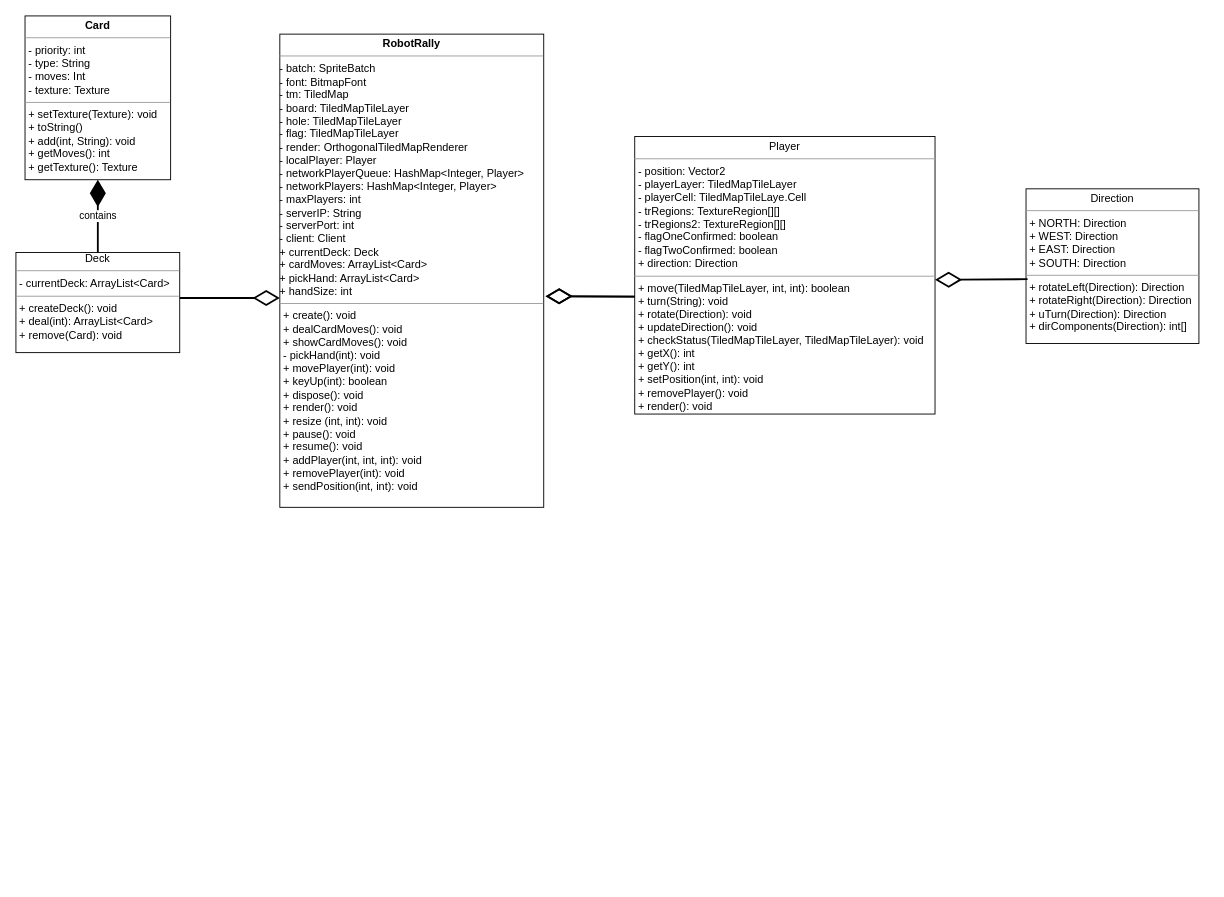
Above: Deliverables/klassediagramOblig2.drawio in inf112-v21/The-Downward-Spiral (draw.io), before the change. Source tidied: cells renumbered, new cells numbered last; positions are measured from the earlier drawing's top-left corner, leaving out a move shared by most shapes. Both pictures are drawn from the tidied source at 91%, with x=0, y=0 at pixel (15, 15).
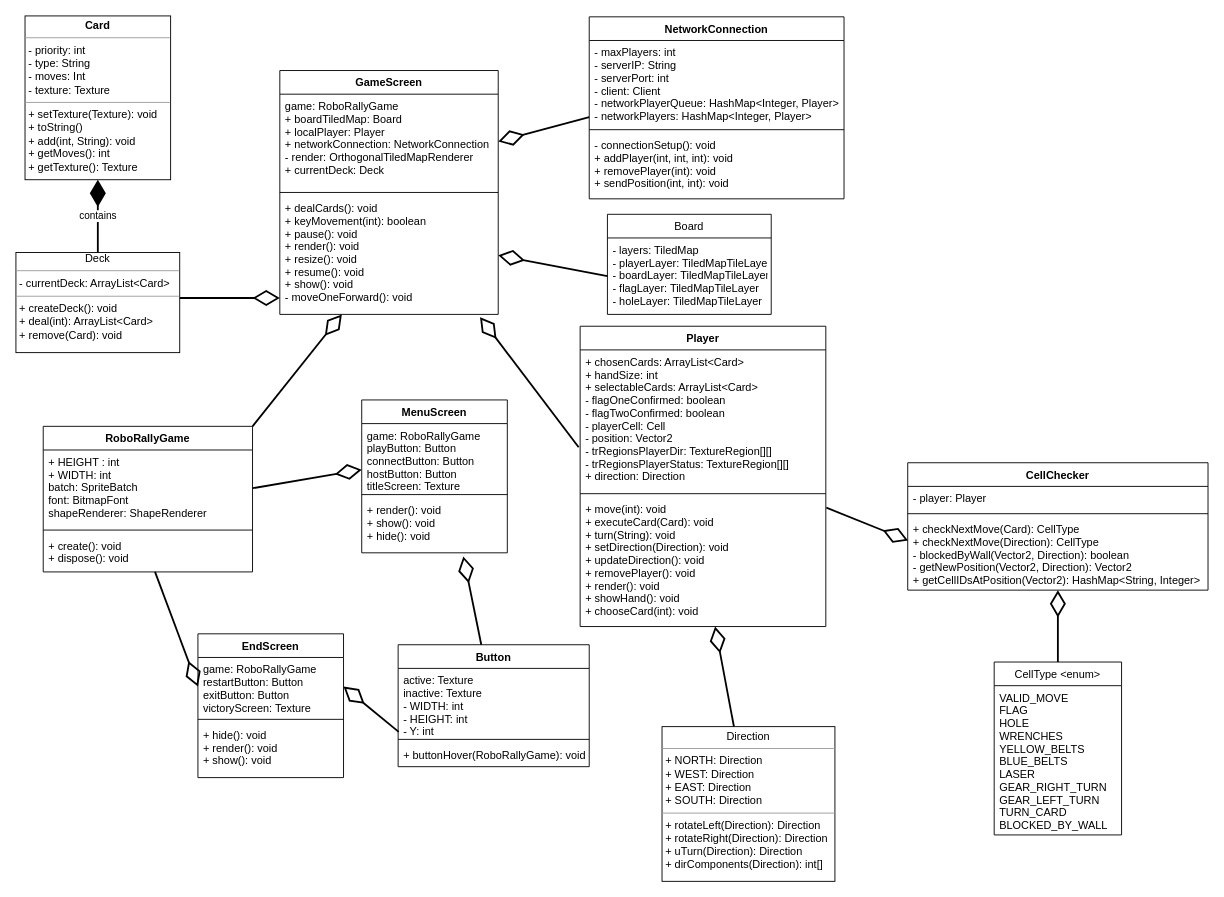
The same diagram, later.

What changed in the source:
```diff
@@
     <mxCell id="4" value="&lt;p style=&quot;margin: 0px ; margin-top: 4px ; text-align: center&quot;&gt;Direction&lt;/p&gt;&lt;hr size=&quot;1&quot;&gt;&lt;p style=&quot;margin: 0px ; margin-left: 4px&quot;&gt;+ NORTH: Direction&lt;/p&gt;&lt;p style=&quot;margin: 0px ; margin-left: 4px&quot;&gt;+ WEST: Direction&lt;br&gt;&lt;/p&gt;&lt;p style=&quot;margin: 0px ; margin-left: 4px&quot;&gt;+ EAST: Direction&lt;br&gt;&lt;/p&gt;&lt;p style=&quot;margin: 0px ; margin-left: 4px&quot;&gt;+ SOUTH: Direction&lt;br&gt;&lt;/p&gt;&lt;hr size=&quot;1&quot;&gt;&lt;p style=&quot;margin: 0px ; margin-left: 4px&quot;&gt;+ rotateLeft(Direction): Direction&lt;/p&gt;&lt;p style=&quot;margin: 0px ; margin-left: 4px&quot;&gt;+ rotateRight(Direction): Direction&lt;/p&gt;&lt;p style=&quot;margin: 0px ; margin-left: 4px&quot;&gt;+ uTurn(Direction): Direction&lt;/p&gt;&lt;p style=&quot;margin: 0px ; margin-left: 4px&quot;&gt;+ dirComponents(Direction): int[]&lt;br&gt;&lt;/p&gt;" style="verticalAlign=top;align=left;overflow=fill;fontSize=12;fontFamily=Helvetica;html=1;" parent="1" vertex="1">
-      <mxGeometry x="1110" y="190" width="190" height="170" as="geometry" />
+      <mxGeometry x="710" y="781" width="190" height="170" as="geometry" />
     </mxCell>
-    <mxCell id="5" value="&lt;p style=&quot;margin: 0px ; margin-top: 4px ; text-align: center&quot;&gt;Player&lt;/p&gt;&lt;hr size=&quot;1&quot;&gt;&lt;p style=&quot;margin: 0px ; margin-left: 4px&quot;&gt;- position: Vector2&lt;/p&gt;&lt;p style=&quot;margin: 0px ; margin-left: 4px&quot;&gt;- playerLayer: TiledMapTileLayer&lt;/p&gt;&lt;p style=&quot;margin: 0px ; margin-left: 4px&quot;&gt;- playerCell: TiledMapTileLaye.Cell&lt;/p&gt;&lt;p style=&quot;margin: 0px ; margin-left: 4px&quot;&gt;- trRegions: TextureRegion[][]&lt;/p&gt;&lt;p style=&quot;margin: 0px ; margin-left: 4px&quot;&gt;- trRegions2: TextureRegion[][]&lt;/p&gt;&lt;p style=&quot;margin: 0px ; margin-left: 4px&quot;&gt;- flagOneConfirmed: boolean&lt;/p&gt;&lt;p style=&quot;margin: 0px ; margin-left: 4px&quot;&gt;- flagTwoConfirmed: boolean&lt;/p&gt;&lt;p style=&quot;margin: 0px ; margin-left: 4px&quot;&gt;+ direction: Direction&lt;br&gt;&lt;/p&gt;&lt;hr size=&quot;1&quot;&gt;&lt;p style=&quot;margin: 0px ; margin-left: 4px&quot;&gt;+ move(TiledMapTileLayer, int, int): boolean&lt;/p&gt;&lt;p style=&quot;margin: 0px ; margin-left: 4px&quot;&gt;+ turn(String): void&lt;/p&gt;&lt;p style=&quot;margin: 0px ; margin-left: 4px&quot;&gt;+ rotate(Direction): void&lt;/p&gt;&lt;p style=&quot;margin: 0px ; margin-left: 4px&quot;&gt;+ updateDirection(): void&lt;/p&gt;&lt;p style=&quot;margin: 0px ; margin-left: 4px&quot;&gt;+ checkStatus(TiledMapTileLayer, TiledMapTileLayer): void&lt;/p&gt;&lt;p style=&quot;margin: 0px ; margin-left: 4px&quot;&gt;+ getX(): int&lt;/p&gt;&lt;p style=&quot;margin: 0px ; margin-left: 4px&quot;&gt;+ getY(): int&lt;/p&gt;&lt;p style=&quot;margin: 0px ; margin-left: 4px&quot;&gt;+ setPosition(int, int): void&lt;/p&gt;&lt;p style=&quot;margin: 0px ; margin-left: 4px&quot;&gt;+ removePlayer(): void&lt;/p&gt;&lt;p style=&quot;margin: 0px ; margin-left: 4px&quot;&gt;+ render(): void&lt;br&gt;&lt;/p&gt;" style="verticalAlign=top;align=left;overflow=fill;fontSize=12;fontFamily=Helvetica;html=1;" parent="1" vertex="1">
-      <mxGeometry x="680" y="132.5" width="330" height="305" as="geometry" />
-    </mxCell>
-    <mxCell id="6" value="&lt;p style=&quot;margin: 0px ; margin-top: 4px ; text-align: center&quot;&gt;&lt;b&gt;RobotRally&lt;/b&gt;&lt;/p&gt;&lt;hr size=&quot;1&quot;&gt;&lt;div&gt;- batch: SpriteBatch&lt;/div&gt;&lt;div&gt;- font: BitmapFont&lt;/div&gt;&lt;div&gt;- tm: TiledMap&lt;/div&gt;&lt;div&gt;- board: TiledMapTileLayer&lt;/div&gt;&lt;div&gt;- hole: TiledMapTileLayer&lt;/div&gt;&lt;div&gt;- flag: TiledMapTileLayer&lt;/div&gt;&lt;div&gt;- render: OrthogonalTiledMapRenderer&lt;/div&gt;&lt;div&gt;- localPlayer: Player&lt;/div&gt;&lt;div&gt;- networkPlayerQueue: HashMap&amp;lt;Integer, Player&amp;gt;&lt;/div&gt;&lt;div&gt;- networkPlayers: HashMap&amp;lt;Integer, Player&amp;gt;&lt;/div&gt;&lt;div&gt;- maxPlayers: int&lt;/div&gt;&lt;div&gt;- serverIP: String&lt;/div&gt;&lt;div&gt;- serverPort: int&lt;/div&gt;&lt;div&gt;- client: Client&lt;/div&gt;&lt;div&gt;+ currentDeck: Deck&lt;/div&gt;&lt;div&gt;+ cardMoves: ArrayList&amp;lt;Card&amp;gt;&lt;/div&gt;&lt;div&gt;+ pickHand: ArrayList&amp;lt;Card&amp;gt;&lt;/div&gt;&lt;div&gt;+ handSize: int&lt;/div&gt;&lt;hr size=&quot;1&quot;&gt;&lt;p style=&quot;margin: 0px ; margin-left: 4px&quot;&gt;+ create(): void&lt;/p&gt;&lt;p style=&quot;margin: 0px ; margin-left: 4px&quot;&gt;+ dealCardMoves(): void&lt;/p&gt;&lt;p style=&quot;margin: 0px ; margin-left: 4px&quot;&gt;+ showCardMoves(): void&lt;/p&gt;&lt;p style=&quot;margin: 0px ; margin-left: 4px&quot;&gt;- pickHand(int): void&lt;/p&gt;&lt;p style=&quot;margin: 0px ; margin-left: 4px&quot;&gt;+ movePlayer(int): void&lt;/p&gt;&lt;p style=&quot;margin: 0px ; margin-left: 4px&quot;&gt;+ keyUp(int): boolean&lt;/p&gt;&lt;p style=&quot;margin: 0px ; margin-left: 4px&quot;&gt;+ dispose(): void&lt;/p&gt;&lt;p style=&quot;margin: 0px ; margin-left: 4px&quot;&gt;+ render(): void&lt;/p&gt;&lt;p style=&quot;margin: 0px ; margin-left: 4px&quot;&gt;+ resize (int, int): void&lt;/p&gt;&lt;p style=&quot;margin: 0px ; margin-left: 4px&quot;&gt;+ pause(): void&lt;/p&gt;&lt;p style=&quot;margin: 0px ; margin-left: 4px&quot;&gt;+ resume(): void&lt;/p&gt;&lt;p style=&quot;margin: 0px ; margin-left: 4px&quot;&gt;+ addPlayer(int, int, int): void&lt;/p&gt;&lt;p style=&quot;margin: 0px ; margin-left: 4px&quot;&gt;+ removePlayer(int): void&lt;/p&gt;&lt;p style=&quot;margin: 0px ; margin-left: 4px&quot;&gt;+ sendPosition(int, int): void&lt;br&gt;&lt;/p&gt;" style="verticalAlign=top;align=left;overflow=fill;fontSize=12;fontFamily=Helvetica;html=1;" parent="1" vertex="1">
-      <mxGeometry x="290" y="20" width="290" height="520" as="geometry" />
-    </mxCell>
@@
-    <mxCell id="8" style="endArrow=diamondThin;endFill=0;endSize=24;html=1;strokeWidth=2;exitX=0;exitY=0.577;exitDx=0;exitDy=0;exitPerimeter=0;" parent="1" edge="1" source="5">
+    <mxCell id="8" style="endArrow=diamondThin;endFill=0;endSize=24;html=1;strokeWidth=2;exitX=-0.006;exitY=0.695;exitDx=0;exitDy=0;exitPerimeter=0;" parent="1" edge="1" source="29">
       <mxGeometry relative="1" as="geometry">
-        <mxPoint x="582" y="308" as="targetPoint" />
+        <mxPoint x="510" y="331" as="targetPoint" />
       </mxGeometry>
     </mxCell>
-    <mxCell id="9" style="endArrow=diamondThin;endFill=0;endSize=24;html=1;strokeWidth=2;exitX=0;exitY=0.577;exitDx=0;exitDy=0;exitPerimeter=0;" parent="1" edge="1">
-      <mxGeometry relative="1" as="geometry">
-        <mxPoint x="680" y="308.5" as="sourcePoint" />
-        <mxPoint x="582" y="308" as="targetPoint" />
-      </mxGeometry>
+    <mxCell id="9" style="endArrow=diamondThin;endFill=0;endSize=24;html=1;strokeWidth=2;entryX=1;entryY=0.5;entryDx=0;entryDy=0;" parent="1" edge="1" source="37" target="17">
+      <mxGeometry relative="1" as="geometry" />
     </mxCell>
-    <mxCell id="10" style="endArrow=diamondThin;endFill=0;endSize=24;html=1;strokeWidth=2;exitX=0.009;exitY=0.584;exitDx=0;exitDy=0;exitPerimeter=0;" parent="1" edge="1" source="4">
-      <mxGeometry relative="1" as="geometry">
-        <mxPoint x="1010" y="290" as="targetPoint" />
-      </mxGeometry>
+    <mxCell id="10" style="endArrow=diamondThin;endFill=0;endSize=24;html=1;strokeWidth=2;" parent="1" edge="1" source="4" target="31">
+      <mxGeometry relative="1" as="geometry" />
     </mxCell>
@@
+    <mxCell id="12" value="RoboRallyGame" style="swimlane;fontStyle=1;align=center;verticalAlign=top;horizontal=1;startSize=26;" parent="1" vertex="1">
+      <mxGeometry x="30" y="451" width="230" height="160" as="geometry" />
+    </mxCell>
+    <mxCell id="13" value="+ HEIGHT : int&#10;+ WIDTH: int&#10;batch: SpriteBatch&#10;font: BitmapFont&#10;shapeRenderer: ShapeRenderer&#10;" style="text;strokeColor=none;fillColor=none;align=left;verticalAlign=top;spacingLeft=4;spacingRight=4;overflow=hidden;points=[[0,0.5],[1,0.5]];portConstraint=eastwest;" parent="12" vertex="1">
+      <mxGeometry y="26" width="230" height="84" as="geometry" />
+    </mxCell>
+    <mxCell id="14" style="line;strokeWidth=1;fillColor=none;align=left;verticalAlign=middle;spacingTop=-1;spacingLeft=3;spacingRight=3;labelPosition=right;" parent="12" vertex="1">
+      <mxGeometry y="110" width="230" height="8" as="geometry" />
+    </mxCell>
+    <mxCell id="15" value="+ create(): void&#10;+ dispose(): void&#10;" style="text;strokeColor=none;fillColor=none;align=left;verticalAlign=top;spacingLeft=4;spacingRight=4;overflow=hidden;points=[[0,0.5],[1,0.5]];portConstraint=eastwest;" parent="12" vertex="1">
+      <mxGeometry y="118" width="230" height="42" as="geometry" />
+    </mxCell>
+    <mxCell id="16" value="GameScreen" style="swimlane;fontStyle=1;align=center;verticalAlign=top;horizontal=1;startSize=26;" parent="1" vertex="1">
+      <mxGeometry x="290" y="60" width="240" height="268" as="geometry" />
+    </mxCell>
+    <mxCell id="17" value="game: RoboRallyGame&#10;+ boardTiledMap: Board&#10;+ localPlayer: Player&#10;+ networkConnection: NetworkConnection&#10;- render: OrthogonalTiledMapRenderer&#10;+ currentDeck: Deck&#10;&#10;" style="text;strokeColor=none;fillColor=none;align=left;verticalAlign=top;spacingLeft=4;spacingRight=4;overflow=hidden;points=[[0,0.5],[1,0.5]];portConstraint=eastwest;" parent="16" vertex="1">
+      <mxGeometry y="26" width="240" height="104" as="geometry" />
+    </mxCell>
+    <mxCell id="18" style="line;strokeWidth=1;fillColor=none;align=left;verticalAlign=middle;spacingTop=-1;spacingLeft=3;spacingRight=3;labelPosition=right;" parent="16" vertex="1">
+      <mxGeometry y="130" width="240" height="8" as="geometry" />
+    </mxCell>
+    <mxCell id="19" value="+ dealCards(): void&#10;+ keyMovement(int): boolean&#10;+ pause(): void&#10;+ render(): void&#10;+ resize(): void&#10;+ resume(): void&#10;+ show(): void&#10;- moveOneForward(): void&#10;&#10;" style="text;strokeColor=none;fillColor=none;align=left;verticalAlign=top;spacingLeft=4;spacingRight=4;overflow=hidden;points=[[0,0.5],[1,0.5]];portConstraint=eastwest;" parent="16" vertex="1">
+      <mxGeometry y="138" width="240" height="130" as="geometry" />
+    </mxCell>
+    <mxCell id="20" value="MenuScreen" style="swimlane;fontStyle=1;align=center;verticalAlign=top;horizontal=1;startSize=26;" parent="1" vertex="1">
+      <mxGeometry x="380" y="422" width="160" height="168" as="geometry" />
+    </mxCell>
+    <mxCell id="21" value="game: RoboRallyGame&#10;playButton: Button&#10;connectButton: Button&#10;hostButton: Button&#10;titleScreen: Texture&#10;" style="text;strokeColor=none;fillColor=none;align=left;verticalAlign=top;spacingLeft=4;spacingRight=4;overflow=hidden;points=[[0,0.5],[1,0.5]];portConstraint=eastwest;" parent="20" vertex="1">
+      <mxGeometry y="26" width="160" height="74" as="geometry" />
+    </mxCell>
+    <mxCell id="22" style="line;strokeWidth=1;fillColor=none;align=left;verticalAlign=middle;spacingTop=-1;spacingLeft=3;spacingRight=3;labelPosition=right;" parent="20" vertex="1">
+      <mxGeometry y="100" width="160" height="8" as="geometry" />
+    </mxCell>
+    <mxCell id="23" value="+ render(): void&#10;+ show(): void&#10;+ hide(): void" style="text;strokeColor=none;fillColor=none;align=left;verticalAlign=top;spacingLeft=4;spacingRight=4;overflow=hidden;points=[[0,0.5],[1,0.5]];portConstraint=eastwest;" parent="20" vertex="1">
+      <mxGeometry y="108" width="160" height="60" as="geometry" />
+    </mxCell>
+    <mxCell id="24" value="EndScreen" style="swimlane;fontStyle=1;align=center;verticalAlign=top;horizontal=1;startSize=26;" parent="1" vertex="1">
+      <mxGeometry x="200" y="679" width="160" height="158" as="geometry" />
+    </mxCell>
+    <mxCell id="25" value="game: RoboRallyGame&#10;restartButton: Button&#10;exitButton: Button&#10;victoryScreen: Texture&#10;" style="text;strokeColor=none;fillColor=none;align=left;verticalAlign=top;spacingLeft=4;spacingRight=4;overflow=hidden;points=[[0,0.5],[1,0.5]];portConstraint=eastwest;" parent="24" vertex="1">
+      <mxGeometry y="26" width="160" height="64" as="geometry" />
+    </mxCell>
+    <mxCell id="26" style="line;strokeWidth=1;fillColor=none;align=left;verticalAlign=middle;spacingTop=-1;spacingLeft=3;spacingRight=3;labelPosition=right;" parent="24" vertex="1">
+      <mxGeometry y="90" width="160" height="8" as="geometry" />
+    </mxCell>
+    <mxCell id="27" value="+ hide(): void&#10;+ render(): void&#10;+ show(): void&#10;" style="text;strokeColor=none;fillColor=none;align=left;verticalAlign=top;spacingLeft=4;spacingRight=4;overflow=hidden;" parent="24" vertex="1">
+      <mxGeometry y="98" width="160" height="60" as="geometry" />
+    </mxCell>
+    <mxCell id="28" value="Player" style="swimlane;fontStyle=1;align=center;verticalAlign=top;horizontal=1;startSize=26;" parent="1" vertex="1">
+      <mxGeometry x="620" y="341" width="270" height="330" as="geometry" />
+    </mxCell>
+    <mxCell id="29" value="+ chosenCards: ArrayList&lt;Card&gt;&#10;+ handSize: int&#10;+ selectableCards: ArrayList&lt;Card&gt;&#10;- flagOneConfirmed: boolean&#10;- flagTwoConfirmed: boolean&#10;- playerCell: Cell&#10;- position: Vector2&#10;- trRegionsPlayerDir: TextureRegion[][]&#10;- trRegionsPlayerStatus: TextureRegion[][]&#10;+ direction: Direction&#10;" style="text;strokeColor=none;fillColor=none;align=left;verticalAlign=top;spacingLeft=4;spacingRight=4;overflow=hidden;points=[[0,0.5],[1,0.5]];portConstraint=eastwest;" parent="28" vertex="1">
+      <mxGeometry y="26" width="270" height="154" as="geometry" />
+    </mxCell>
+    <mxCell id="30" style="line;strokeWidth=1;fillColor=none;align=left;verticalAlign=middle;spacingTop=-1;spacingLeft=3;spacingRight=3;labelPosition=right;" parent="28" vertex="1">
+      <mxGeometry y="180" width="270" height="8" as="geometry" />
+    </mxCell>
+    <mxCell id="31" value="+ move(int): void&#10;+ executeCard(Card): void&#10;+ turn(String): void&#10;+ setDirection(Direction): void&#10;+ updateDirection(): void&#10;+ removePlayer(): void&#10;+ render(): void&#10;+ showHand(): void&#10;+ chooseCard(int): void" style="text;strokeColor=none;fillColor=none;align=left;verticalAlign=top;spacingLeft=4;spacingRight=4;overflow=hidden;points=[[0,0.5],[1,0.5]];portConstraint=eastwest;" parent="28" vertex="1">
+      <mxGeometry y="188" width="270" height="142" as="geometry" />
+    </mxCell>
+    <mxCell id="32" value="CellChecker" style="swimlane;fontStyle=1;align=center;verticalAlign=top;horizontal=1;startSize=26;" parent="1" vertex="1">
+      <mxGeometry x="980" y="491" width="330" height="140" as="geometry" />
+    </mxCell>
+    <mxCell id="33" value="- player: Player" style="text;strokeColor=none;fillColor=none;align=left;verticalAlign=top;spacingLeft=4;spacingRight=4;overflow=hidden;" parent="32" vertex="1">
+      <mxGeometry y="26" width="330" height="26" as="geometry" />
+    </mxCell>
+    <mxCell id="34" style="line;strokeWidth=1;fillColor=none;align=left;verticalAlign=middle;spacingTop=-1;spacingLeft=3;spacingRight=3;labelPosition=right;" parent="32" vertex="1">
+      <mxGeometry y="52" width="330" height="8" as="geometry" />
+    </mxCell>
+    <mxCell id="35" value="+ checkNextMove(Card): CellType&#10;+ checkNextMove(Direction): CellType&#10;- blockedByWall(Vector2, Direction): boolean&#10;- getNewPosition(Vector2, Direction): Vector2&#10;+ getCellIDsAtPosition(Vector2): HashMap&lt;String, Integer&gt;&#10;" style="text;strokeColor=none;fillColor=none;align=left;verticalAlign=top;spacingLeft=4;spacingRight=4;overflow=hidden;points=[[0,0.5],[1,0.5]];portConstraint=eastwest;" parent="32" vertex="1">
+      <mxGeometry y="60" width="330" height="80" as="geometry" />
+    </mxCell>
+    <mxCell id="36" value="NetworkConnection" style="swimlane;fontStyle=1;align=center;verticalAlign=top;horizontal=1;startSize=26;" parent="1" vertex="1">
+      <mxGeometry x="630" y="1" width="280" height="200" as="geometry" />
+    </mxCell>
+    <mxCell id="37" value="- maxPlayers: int&#10;- serverIP: String&#10;- serverPort: int&#10;- client: Client&#10;- networkPlayerQueue: HashMap&lt;Integer, Player&gt;&#10;- networkPlayers: HashMap&lt;Integer, Player&gt;" style="text;strokeColor=none;fillColor=none;align=left;verticalAlign=top;spacingLeft=4;spacingRight=4;overflow=hidden;points=[[0,0.5],[1,0.5]];portConstraint=eastwest;" parent="36" vertex="1">
+      <mxGeometry y="26" width="280" height="94" as="geometry" />
+    </mxCell>
+    <mxCell id="38" style="line;strokeWidth=1;fillColor=none;align=left;verticalAlign=middle;spacingTop=-1;spacingLeft=3;spacingRight=3;labelPosition=right;" parent="36" vertex="1">
+      <mxGeometry y="120" width="280" height="8" as="geometry" />
+    </mxCell>
+    <mxCell id="39" value="- connectionSetup(): void&#10;+ addPlayer(int, int, int): void&#10;+ removePlayer(int): void&#10;+ sendPosition(int, int): void" style="text;strokeColor=none;fillColor=none;align=left;verticalAlign=top;spacingLeft=4;spacingRight=4;overflow=hidden;" parent="36" vertex="1">
+      <mxGeometry y="128" width="280" height="72" as="geometry" />
+    </mxCell>
+    <mxCell id="40" value="CellType &lt;enum&gt;" style="swimlane;fontStyle=0;horizontal=1;startSize=26;fillColor=none;" parent="1" vertex="1">
+      <mxGeometry x="1075" y="710" width="140" height="190" as="geometry" />
+    </mxCell>
+    <mxCell id="41" value="VALID_MOVE&#10;FLAG&#10;HOLE&#10;WRENCHES&#10;YELLOW_BELTS&#10;BLUE_BELTS&#10;LASER&#10;GEAR_RIGHT_TURN&#10;GEAR_LEFT_TURN&#10;TURN_CARD&#10;BLOCKED_BY_WALL&#10;" style="text;strokeColor=none;fillColor=none;align=left;verticalAlign=top;spacingLeft=4;spacingRight=4;overflow=hidden;" parent="40" vertex="1">
+      <mxGeometry y="26" width="140" height="164" as="geometry" />
+    </mxCell>
+    <mxCell id="42" value="Board" style="swimlane;fontStyle=0;horizontal=1;startSize=26;fillColor=none;" parent="1" vertex="1">
+      <mxGeometry x="650" y="218" width="180" height="110" as="geometry" />
+    </mxCell>
+    <mxCell id="43" value="- layers: TiledMap&#10;- playerLayer: TiledMapTileLayer&#10;- boardLayer: TiledMapTileLayer&#10;- flagLayer: TiledMapTileLayer&#10;- holeLayer: TiledMapTileLayer" style="text;strokeColor=none;fillColor=none;align=left;verticalAlign=top;spacingLeft=4;spacingRight=4;overflow=hidden;points=[[0,0.5],[1,0.5]];portConstraint=eastwest;" parent="42" vertex="1">
+      <mxGeometry y="26" width="180" height="84" as="geometry" />
+    </mxCell>
+    <mxCell id="44" style="endArrow=diamondThin;endFill=0;endSize=24;html=1;strokeWidth=2;exitX=1;exitY=0;exitDx=0;exitDy=0;" parent="1" edge="1" source="12" target="19">
+      <mxGeometry relative="1" as="geometry" />
+    </mxCell>
+    <mxCell id="45" style="endArrow=diamondThin;endFill=0;endSize=24;html=1;strokeWidth=2;exitX=1;exitY=0.5;exitDx=0;exitDy=0;" parent="1" edge="1" source="13" target="21">
+      <mxGeometry relative="1" as="geometry" />
+    </mxCell>
+    <mxCell id="46" style="endArrow=diamondThin;endFill=0;endSize=24;html=1;strokeWidth=2;entryX=0;entryY=0.5;entryDx=0;entryDy=0;" parent="1" edge="1" source="15" target="25">
+      <mxGeometry relative="1" as="geometry" />
+    </mxCell>
+    <mxCell id="47" value="Button" style="swimlane;fontStyle=1;align=center;verticalAlign=top;horizontal=1;startSize=26;" parent="1" vertex="1">
+      <mxGeometry x="420" y="691" width="210" height="134" as="geometry" />
+    </mxCell>
+    <mxCell id="48" value="active: Texture&#10;inactive: Texture&#10;- WIDTH: int&#10;- HEIGHT: int&#10;- Y: int&#10;" style="text;strokeColor=none;fillColor=none;align=left;verticalAlign=top;spacingLeft=4;spacingRight=4;overflow=hidden;points=[[0,0.5],[1,0.5]];portConstraint=eastwest;" parent="47" vertex="1">
+      <mxGeometry y="26" width="210" height="74" as="geometry" />
+    </mxCell>
+    <mxCell id="49" style="line;strokeWidth=1;fillColor=none;align=left;verticalAlign=middle;spacingTop=-1;spacingLeft=3;spacingRight=3;labelPosition=right;" parent="47" vertex="1">
+      <mxGeometry y="100" width="210" height="8" as="geometry" />
+    </mxCell>
+    <mxCell id="50" value="+ buttonHover(RoboRallyGame): void" style="text;strokeColor=none;fillColor=none;align=left;verticalAlign=top;spacingLeft=4;spacingRight=4;overflow=hidden;" parent="47" vertex="1">
+      <mxGeometry y="108" width="210" height="26" as="geometry" />
+    </mxCell>
+    <mxCell id="51" style="endArrow=diamondThin;endFill=0;endSize=24;html=1;strokeWidth=2;entryX=0.698;entryY=1.067;entryDx=0;entryDy=0;entryPerimeter=0;" parent="1" edge="1" source="47" target="23">
+      <mxGeometry relative="1" as="geometry" />
+    </mxCell>
+    <mxCell id="52" style="endArrow=diamondThin;endFill=0;endSize=24;html=1;strokeWidth=2;exitX=0.003;exitY=0.942;exitDx=0;exitDy=0;exitPerimeter=0;entryX=1;entryY=0.5;entryDx=0;entryDy=0;" parent="1" edge="1" source="48" target="25">
+      <mxGeometry relative="1" as="geometry" />
+    </mxCell>
+    <mxCell id="53" style="endArrow=diamondThin;endFill=0;endSize=24;html=1;strokeWidth=2;exitX=0.5;exitY=0;exitDx=0;exitDy=0;" parent="1" edge="1" source="40" target="32">
+      <mxGeometry relative="1" as="geometry" />
+    </mxCell>
+    <mxCell id="54" style="endArrow=diamondThin;endFill=0;endSize=24;html=1;strokeWidth=2;exitX=0;exitY=0.5;exitDx=0;exitDy=0;entryX=1;entryY=0.5;entryDx=0;entryDy=0;" parent="1" edge="1" source="43" target="19">
+      <mxGeometry relative="1" as="geometry" />
+    </mxCell>
+    <mxCell id="55" style="endArrow=diamondThin;endFill=0;endSize=24;html=1;strokeWidth=2;exitX=1.002;exitY=0.08;exitDx=0;exitDy=0;exitPerimeter=0;entryX=0.001;entryY=0.318;entryDx=0;entryDy=0;entryPerimeter=0;" parent="1" edge="1" source="31" target="35">
+      <mxGeometry relative="1" as="geometry" />
+    </mxCell>
```
